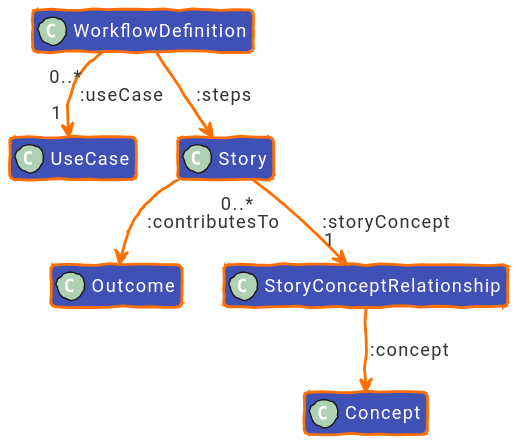
The PlantUML diagram diagrams/out/uctm-workflow.svg in EKGF/ekg-method, before a commit. The source it was exported from:
```plantuml
@startuml
!option handwritten true
!define BG_MAIN_COLOR      #4051b5
!define BG_SECONDARY_COLOR #4051b5
!define BG_PACKAGE_COLOR   #4051b5
!define BORDER_COLOR       #ff6f00
!define FONT_COLOR         #ffffff
!define ARROW_COLOR        #ff6f00

skinparam backgroundColor transparent

skinparam Padding 2
skinparam RoundCorner 6
skinparam Shadowing false
skinparam HyperlinkUnderline true
skinparam HyperlinkColor #ff6f00
skinparam ranksep 40
skinparam nodesep 30
skinparam noteFontColor #000000

skinparam Default {
FontName "Roboto"
FontColor FONT_COLOR
FontSize 13
}

skinparam Arrow {
Color ARROW_COLOR
FontColor #333333
FontStyle normal
Thickness 2
}

skinparam class {
BackgroundColor BG_MAIN_COLOR
BorderColor BORDER_COLOR
BorderThickness 2
FontColor FONT_COLOR
AttributeFontColor FONT_COLOR
ArrowColor ARROW_COLOR
ArrowThickness 2
}

skinparam package {
FontColor FONT_COLOR
BackgroundColor BG_MAIN_COLOR
BorderColor BORDER_COLOR
}

skinparam state {
BackgroundColor BG_MAIN_COLOR
FontColor FONT_COLOR
AttributeFontColor FONT_COLOR
ArrowColor ARROW_COLOR
BorderColor BORDER_COLOR
BorderThickness 2
}

top to bottom direction
hide members

class "WorkflowDefinition" as WorkflowDefinition [[/concept/workflow/#ontology]]
class "UseCase" as UseCase [[/concept/use-case/#ontology]]
class "Story" as Story [[/concept/story/#ontology]]
class "Outcome" as Outcome [[/concept/outcome/#ontology]]
class "Concept" as Concept [[/concept/concept/#ontology]]
class "StoryConceptRelationship" as StoryConceptRelationship

WorkflowDefinition "0..*" --> "1" UseCase : :useCase

WorkflowDefinition --> Story : :steps

Story --> Outcome : :contributesTo
Story "0..*" --> "1" StoryConceptRelationship : :storyConcept
StoryConceptRelationship --> Concept : :concept
@enduml
```
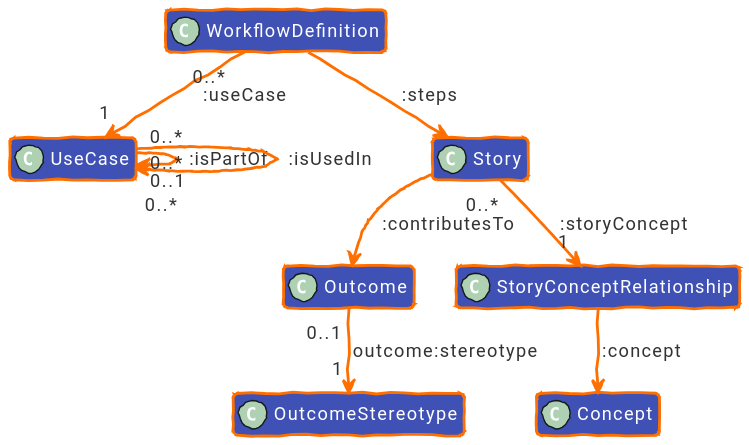
After the change.

Diff of the diagram source:
```diff
@@ -63,12 +63,18 @@
 class "UseCase" as UseCase [[/concept/use-case/#ontology]]
 class "Story" as Story [[/concept/story/#ontology]]
 class "Outcome" as Outcome [[/concept/outcome/#ontology]]
+class "OutcomeStereotype" as OutcomeStereotype [[/concept/outcome/outcome-stereotype/#ontology]]
 class "Concept" as Concept [[/concept/concept/#ontology]]
-class "StoryConceptRelationship" as StoryConceptRelationship
+class "StoryConceptRelationship" as StoryConceptRelationship [[/concept/concept/story-concept-relationship/#ontology]]
 
 WorkflowDefinition "0..*" --> "1" UseCase : :useCase
 
+UseCase "0..*" --> "0..1" UseCase : :isPartOf
+UseCase "0..*" --> "0..*" UseCase : :isUsedIn
+
 WorkflowDefinition --> Story : :steps
+
+Outcome "0..1" --> "1" OutcomeStereotype : outcome:stereotype
 
 Story --> Outcome : :contributesTo
 Story "0..*" --> "1" StoryConceptRelationship : :storyConcept
```
